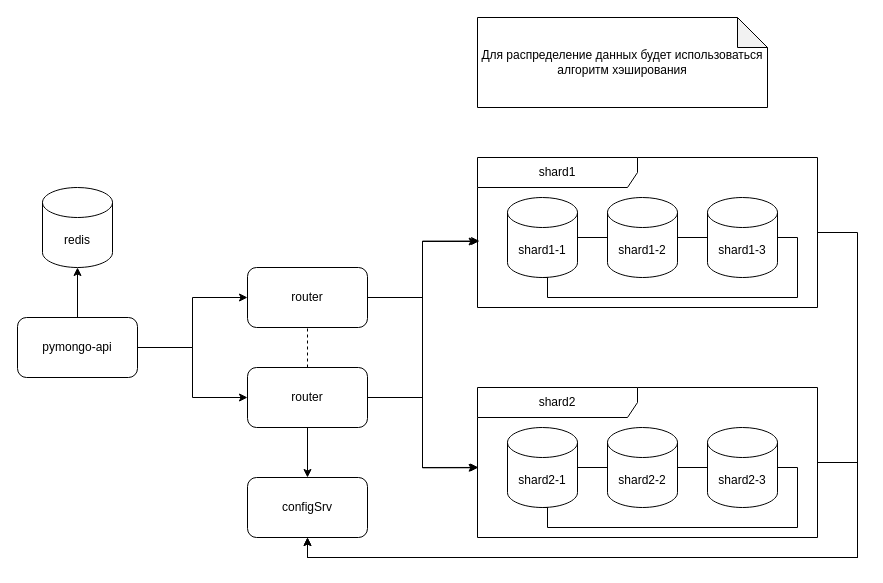
This is page "3step" (4 of 4) of task1.drawio from schnack/architecture-sprint-2, a draw.io file, before an edit. Source tidied: cells renumbered, new cells numbered last; positions are measured from the earlier drawing's top-left corner, leaving out a move shared by most shapes. Both pictures are drawn from the tidied source at 100%, with x=0, y=0 at pixel (17, 17).
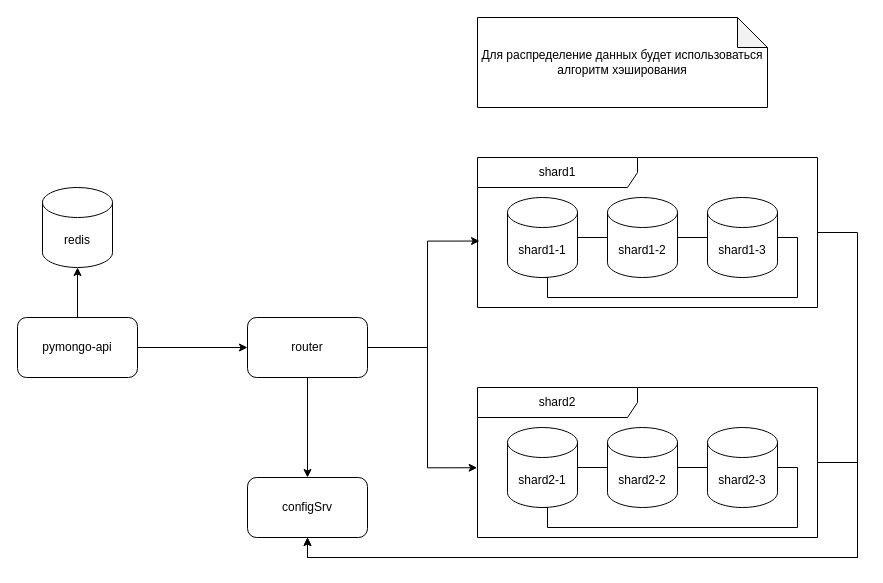
Above is the later version.

Unchanged cells that the change refers to:
```xml
<mxCell id="4" value="pymongo-api" style="rounded=1;whiteSpace=wrap;html=1;" parent="1" vertex="1">
  <mxGeometry y="300" width="120" height="60" as="geometry" />
</mxCell>
<mxCell id="5" value="configSrv" style="rounded=1;whiteSpace=wrap;html=1;" parent="1" vertex="1">
  <mxGeometry x="230" y="460" width="120" height="60" as="geometry" />
</mxCell>
<mxCell id="12" value="shard1" style="shape=umlFrame;whiteSpace=wrap;html=1;width=160;" parent="1" vertex="1">
  <mxGeometry x="460" y="140" width="340" height="150" as="geometry" />
</mxCell>
<mxCell id="20" value="shard2" style="shape=umlFrame;whiteSpace=wrap;html=1;width=160;" parent="1" vertex="1">
  <mxGeometry x="460" y="370" width="340" height="150" as="geometry" />
</mxCell>
```

Diff of the diagram source:
```diff
@@
-    <mxCell id="3" style="edgeStyle=orthogonalEdgeStyle;rounded=0;jettySize=auto;html=1;entryX=0;entryY=0.5;entryDx=0;entryDy=0;" parent="1" edge="1" source="4" target="8">
-      <mxGeometry relative="1" as="geometry" />
-    </mxCell>
@@
-    <mxCell id="6" style="edgeStyle=orthogonalEdgeStyle;rounded=0;jettySize=auto;html=1;entryX=0.5;entryY=1;entryDx=0;entryDy=0;endArrow=none;endFill=0;dashed=1;" parent="1" edge="1" source="8" target="10">
-      <mxGeometry relative="1" as="geometry" />
-    </mxCell>
-    <mxCell id="7" style="edgeStyle=orthogonalEdgeStyle;rounded=0;jettySize=auto;html=1;" parent="1" edge="1" source="8" target="5">
+    <mxCell id="7" style="edgeStyle=orthogonalEdgeStyle;rounded=0;jettySize=auto;html=1;exitX=0.5;exitY=1;exitDx=0;exitDy=0;" parent="1" edge="1" source="10" target="5">
       <mxGeometry relative="1" as="geometry" />
     </mxCell>
-    <mxCell id="8" value="router" style="rounded=1;whiteSpace=wrap;html=1;" parent="1" vertex="1">
-      <mxGeometry x="230" y="350" width="120" height="60" as="geometry" />
-    </mxCell>
     <mxCell id="9" style="edgeStyle=orthogonalEdgeStyle;rounded=0;jettySize=auto;html=1;entryX=-0.001;entryY=0.535;entryDx=0;entryDy=0;entryPerimeter=0;" parent="1" edge="1" source="10" target="20">
-      <mxGeometry relative="1" as="geometry" />
+      <mxGeometry relative="1" as="geometry">
+        <Array as="points">
+          <mxPoint x="410" y="330" />
+          <mxPoint x="410" y="450" />
+        </Array>
+      </mxGeometry>
     </mxCell>
     <mxCell id="10" value="router" style="rounded=1;whiteSpace=wrap;html=1;" parent="1" vertex="1">
-      <mxGeometry x="230" y="250" width="120" height="60" as="geometry" />
+      <mxGeometry x="230" y="300" width="120" height="60" as="geometry" />
     </mxCell>
@@
     <mxCell id="27" style="edgeStyle=orthogonalEdgeStyle;rounded=0;jettySize=auto;html=1;entryX=0.006;entryY=0.557;entryDx=0;entryDy=0;entryPerimeter=0;" parent="1" edge="1" source="10" target="12">
-      <mxGeometry relative="1" as="geometry" />
+      <mxGeometry relative="1" as="geometry">
+        <Array as="points">
+          <mxPoint x="410" y="330" />
+          <mxPoint x="410" y="224" />
+        </Array>
+      </mxGeometry>
     </mxCell>
-    <mxCell id="28" style="edgeStyle=orthogonalEdgeStyle;rounded=0;jettySize=auto;html=1;entryX=0.003;entryY=0.533;entryDx=0;entryDy=0;entryPerimeter=0;" parent="1" edge="1" source="10" target="20">
-      <mxGeometry relative="1" as="geometry" />
-    </mxCell>
-    <mxCell id="29" style="edgeStyle=orthogonalEdgeStyle;rounded=0;jettySize=auto;html=1;entryX=-0.001;entryY=0.56;entryDx=0;entryDy=0;entryPerimeter=0;" parent="1" edge="1" source="8" target="12">
-      <mxGeometry relative="1" as="geometry" />
-    </mxCell>
```
